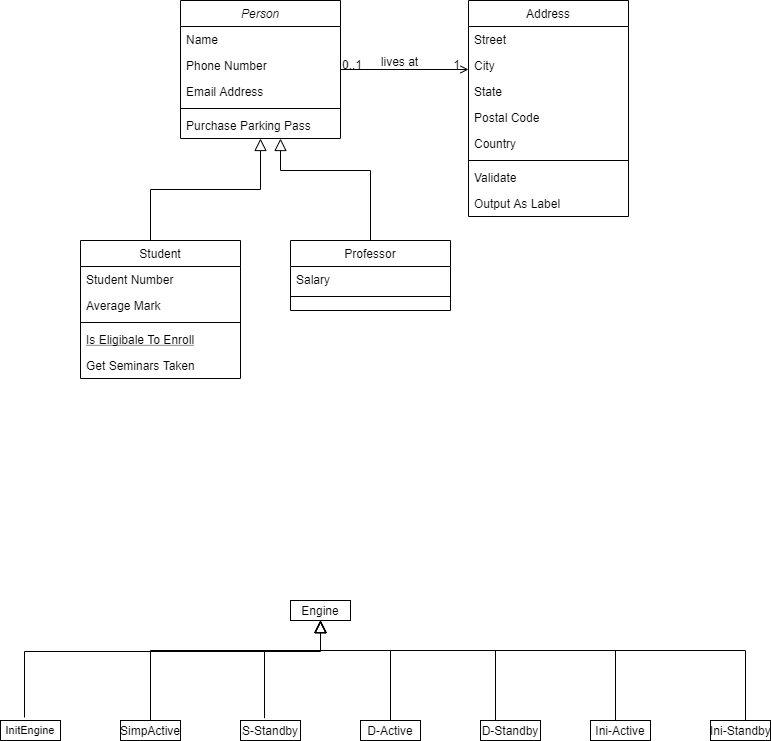
Earlier version of the draw.io export UML/Engine.png (Steve888888/FN-Redundancy). Source tidied: cells renumbered, new cells last; positions are measured from the earlier drawing's top-left corner, leaving out a move shared by most shapes.
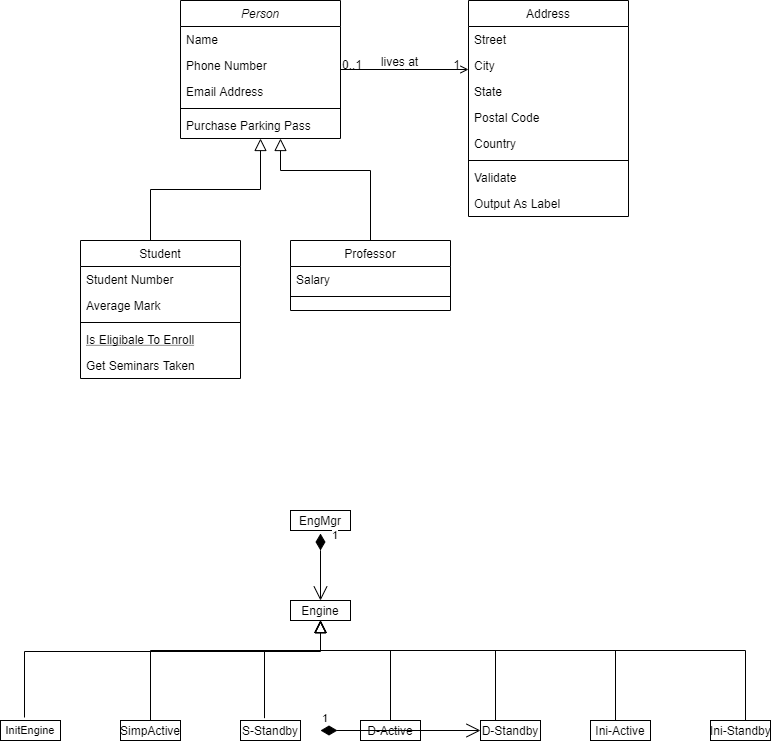
After the change.

What changed in the source:
```diff
@@ -194,5 +194,23 @@
         </Array>
       </mxGeometry>
     </mxCell>
+    <mxCell id="47" value="&lt;p style=&quot;margin: 0px ; margin-top: 4px ; text-align: center&quot;&gt;EngMgr&lt;/p&gt;&lt;hr size=&quot;1&quot;&gt;&lt;div style=&quot;height: 2px&quot;&gt;&lt;/div&gt;" style="verticalAlign=top;align=left;overflow=fill;fontSize=12;fontFamily=Helvetica;html=1;" parent="1" vertex="1">
+      <mxGeometry x="290" y="510" width="60" height="20" as="geometry" />
+    </mxCell>
+    <mxCell id="48" value="1" style="endArrow=open;html=1;endSize=12;startArrow=diamondThin;startSize=14;startFill=1;edgeStyle=orthogonalEdgeStyle;align=left;verticalAlign=bottom;" parent="1" edge="1">
+      <mxGeometry x="-1" y="3" relative="1" as="geometry">
+        <mxPoint x="320" y="730" as="sourcePoint" />
+        <mxPoint x="480" y="730" as="targetPoint" />
+      </mxGeometry>
+    </mxCell>
+    <mxCell id="49" value="1" style="endArrow=open;html=1;endSize=12;startArrow=diamondThin;startSize=14;startFill=1;edgeStyle=orthogonalEdgeStyle;align=left;verticalAlign=bottom;" parent="1" edge="1" target="32">
+      <mxGeometry x="-0.6" y="10" relative="1" as="geometry">
+        <mxPoint x="320" y="550" as="sourcePoint" />
+        <Array as="points">
+          <mxPoint x="320" y="540" />
+          <mxPoint x="320" y="540" />
+        </Array>
+      </mxGeometry>
+    </mxCell>
   </root>
 </mxGraphModel>
```
